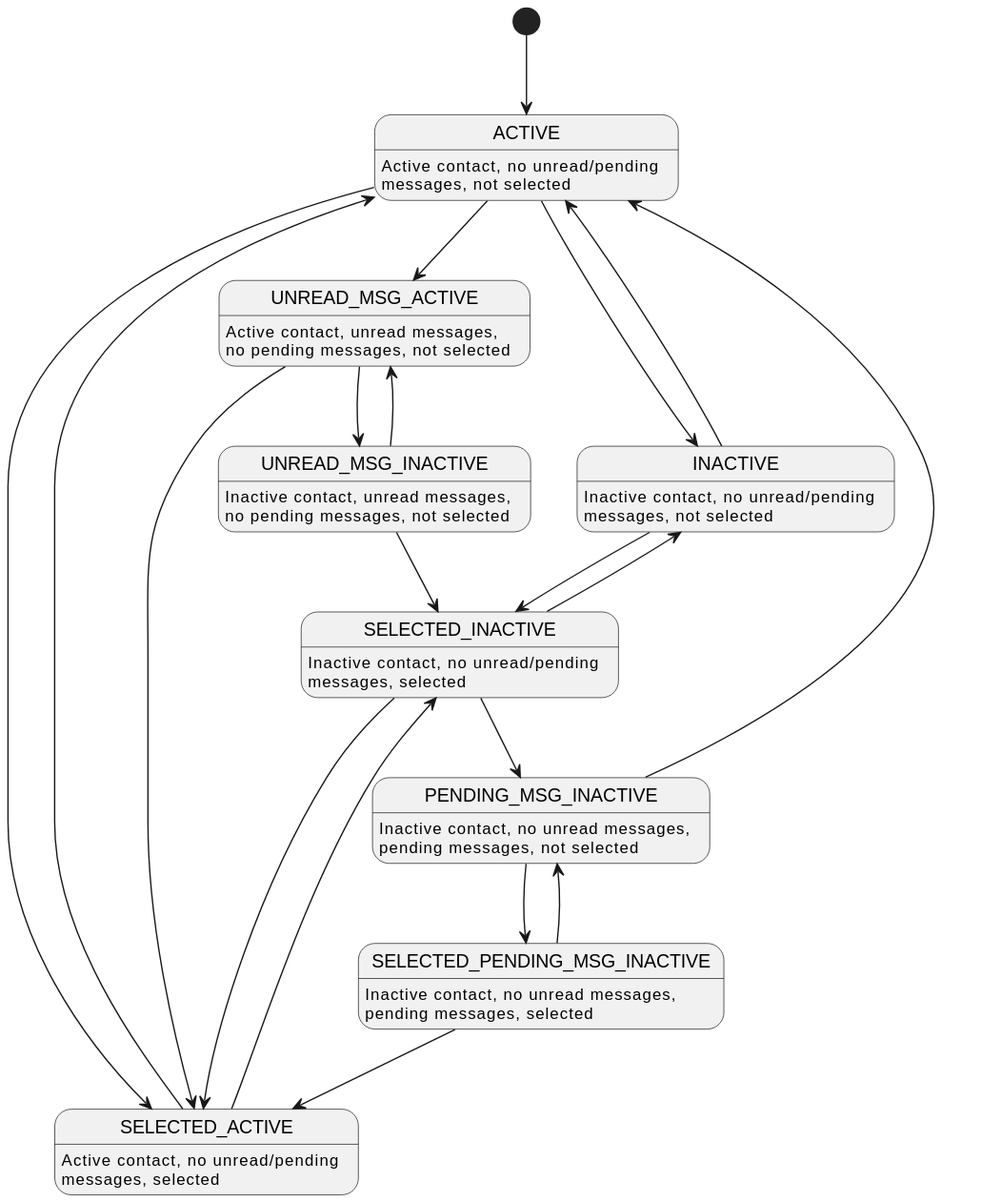
This is contacts/doc/TTContactsState.svg from devmichalek/TerminalTeams, a PlantUML export, as it was before one commit. The source it was exported from:
```plantuml
@startuml
ACTIVE : Active contact, no unread/pending\nmessages, not selected
INACTIVE : Inactive contact, no unread/pending\nmessages, not selected
SELECTED_ACTIVE : Active contact, no unread/pending\nmessages, selected
SELECTED_INACTIVE : Inactive contact, no unread/pending\nmessages, selected
UNREAD_MSG_ACTIVE : Active contact, unread messages,\nno pending messages, not selected
UNREAD_MSG_INACTIVE : Inactive contact, unread messages,\nno pending messages, not selected
PENDING_MSG_INACTIVE : Inactive contact, no unread messages,\npending messages, not selected
SELECTED_PENDING_MSG_INACTIVE : Inactive contact, no unread messages,\npending messages, selected

[*] --> ACTIVE
ACTIVE --> INACTIVE
ACTIVE --> SELECTED_ACTIVE
ACTIVE --> UNREAD_MSG_ACTIVE
INACTIVE --> ACTIVE
INACTIVE --> SELECTED_INACTIVE
SELECTED_ACTIVE --> SELECTED_INACTIVE
SELECTED_ACTIVE --> ACTIVE
SELECTED_INACTIVE --> PENDING_MSG_INACTIVE
SELECTED_INACTIVE --> SELECTED_ACTIVE
SELECTED_INACTIVE --> INACTIVE
UNREAD_MSG_ACTIVE --> UNREAD_MSG_INACTIVE
UNREAD_MSG_ACTIVE --> SELECTED_ACTIVE
UNREAD_MSG_INACTIVE --> UNREAD_MSG_ACTIVE
UNREAD_MSG_INACTIVE --> SELECTED_INACTIVE
PENDING_MSG_INACTIVE --> ACTIVE
PENDING_MSG_INACTIVE --> SELECTED_PENDING_MSG_INACTIVE
SELECTED_PENDING_MSG_INACTIVE --> SELECTED_ACTIVE
SELECTED_PENDING_MSG_INACTIVE --> PENDING_MSG_INACTIVE
@enduml
```
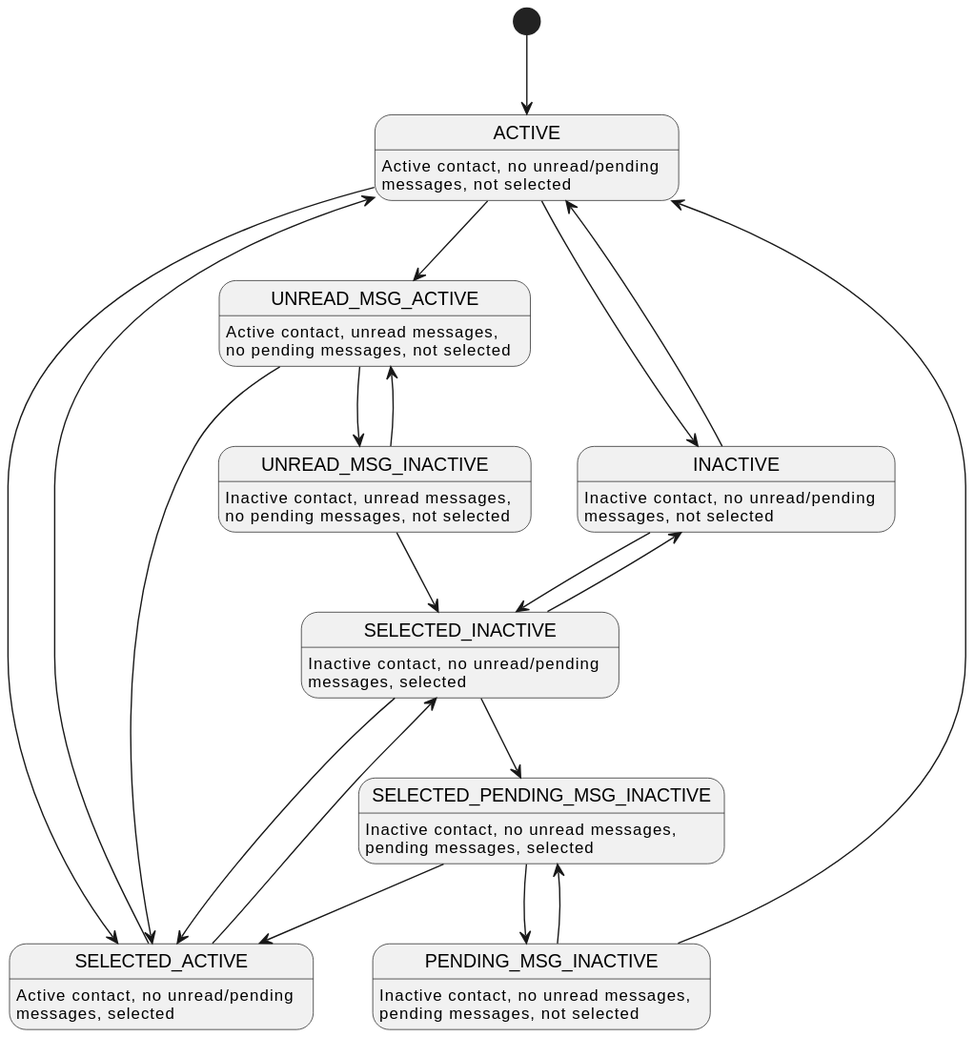
The same file after the commit.

Diff of the diagram source:
```diff
@@ -16,7 +16,7 @@
 INACTIVE --> SELECTED_INACTIVE
 SELECTED_ACTIVE --> SELECTED_INACTIVE
 SELECTED_ACTIVE --> ACTIVE
-SELECTED_INACTIVE --> PENDING_MSG_INACTIVE
+SELECTED_INACTIVE --> SELECTED_PENDING_MSG_INACTIVE
 SELECTED_INACTIVE --> SELECTED_ACTIVE
 SELECTED_INACTIVE --> INACTIVE
 UNREAD_MSG_ACTIVE --> UNREAD_MSG_INACTIVE
```
